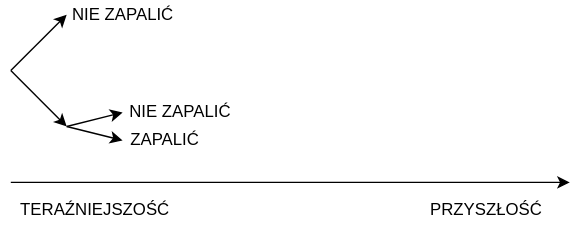
Above: images/ep-04-obnizanie-wartosci-w-czasie-02.svg in lyckantropen/awakening-pl (draw.io), before the change. Source tidied: cells renumbered, new cells last; positions are measured from the earlier drawing's top-left corner, leaving out a move shared by most shapes. Its diagram source:
```xml
<mxGraphModel>
  <root>
    <mxCell id="0" />
    <mxCell id="1" parent="0" />
    <mxCell id="2" style="endArrow=classic;html=1;rounded=0;" parent="1" edge="1">
      <mxGeometry x="80" y="1260" as="geometry">
        <mxPoint y="130" as="sourcePoint" />
        <mxPoint x="400" y="130" as="targetPoint" />
      </mxGeometry>
    </mxCell>
    <mxCell id="3" value="PRZYSZŁOŚĆ" style="text;html=1;align=center;verticalAlign=middle;strokeColor=none;fillColor=none;" parent="1" vertex="1">
      <mxGeometry x="290" y="140" width="100" height="20" as="geometry" />
    </mxCell>
    <mxCell id="4" value="TERAŹNIEJSZOŚĆ" style="text;html=1;align=center;verticalAlign=middle;strokeColor=none;fillColor=none;" parent="1" vertex="1">
      <mxGeometry y="140" width="120" height="20" as="geometry" />
    </mxCell>
    <mxCell id="5" style="endArrow=classic;html=1;curved=1;" parent="1" edge="1">
      <mxGeometry x="80" y="1260" as="geometry">
        <mxPoint y="50" as="sourcePoint" />
        <mxPoint x="40" y="10" as="targetPoint" />
      </mxGeometry>
    </mxCell>
    <mxCell id="6" style="endArrow=classic;html=1;curved=1;" parent="1" edge="1">
      <mxGeometry x="80" y="1260" as="geometry">
        <mxPoint y="50" as="sourcePoint" />
        <mxPoint x="40" y="90" as="targetPoint" />
      </mxGeometry>
    </mxCell>
    <mxCell id="7" value="ZAPALIĆ" style="text;html=1;align=center;verticalAlign=middle;strokeColor=none;fillColor=none;" parent="1" vertex="1">
      <mxGeometry x="80" y="90" width="60" height="20" as="geometry" />
    </mxCell>
    <mxCell id="8" value="NIE ZAPALIĆ" style="text;html=1;align=center;verticalAlign=middle;strokeColor=none;fillColor=none;" parent="1" vertex="1">
      <mxGeometry x="76" y="70" width="90" height="20" as="geometry" />
    </mxCell>
    <mxCell id="9" style="endArrow=classic;html=1;curved=1;" parent="1" edge="1">
      <mxGeometry x="80" y="1260" as="geometry">
        <mxPoint x="40" y="90" as="sourcePoint" />
        <mxPoint x="80" y="80" as="targetPoint" />
      </mxGeometry>
    </mxCell>
    <mxCell id="10" style="endArrow=classic;html=1;curved=1;" parent="1" edge="1">
      <mxGeometry x="80" y="1260" as="geometry">
        <mxPoint x="40" y="90" as="sourcePoint" />
        <mxPoint x="80" y="100" as="targetPoint" />
      </mxGeometry>
    </mxCell>
    <mxCell id="11" value="NIE ZAPALIĆ" style="text;html=1;align=center;verticalAlign=middle;strokeColor=none;fillColor=none;" parent="1" vertex="1">
      <mxGeometry x="35" width="90" height="20" as="geometry" />
    </mxCell>
  </root>
</mxGraphModel>
```
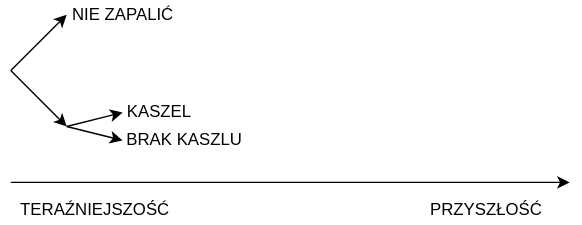
The same file after the commit.

The edit, as a diff of the source:
```diff
@@ -26,11 +26,11 @@
         <mxPoint x="40" y="90" as="targetPoint" />
       </mxGeometry>
     </mxCell>
-    <mxCell id="7" value="ZAPALIĆ" style="text;html=1;align=center;verticalAlign=middle;strokeColor=none;fillColor=none;" parent="1" vertex="1">
-      <mxGeometry x="80" y="90" width="60" height="20" as="geometry" />
+    <mxCell id="7" value="BRAK KASZLU" style="text;html=1;align=center;verticalAlign=middle;strokeColor=none;fillColor=none;" parent="1" vertex="1">
+      <mxGeometry x="74" y="90" width="100" height="20" as="geometry" />
     </mxCell>
-    <mxCell id="8" value="NIE ZAPALIĆ" style="text;html=1;align=center;verticalAlign=middle;strokeColor=none;fillColor=none;" parent="1" vertex="1">
-      <mxGeometry x="76" y="70" width="90" height="20" as="geometry" />
+    <mxCell id="8" value="KASZEL" style="text;html=1;align=center;verticalAlign=middle;strokeColor=none;fillColor=none;" parent="1" vertex="1">
+      <mxGeometry x="76" y="70" width="60" height="20" as="geometry" />
     </mxCell>
     <mxCell id="9" style="endArrow=classic;html=1;curved=1;" parent="1" edge="1">
       <mxGeometry x="80" y="1260" as="geometry">
```
